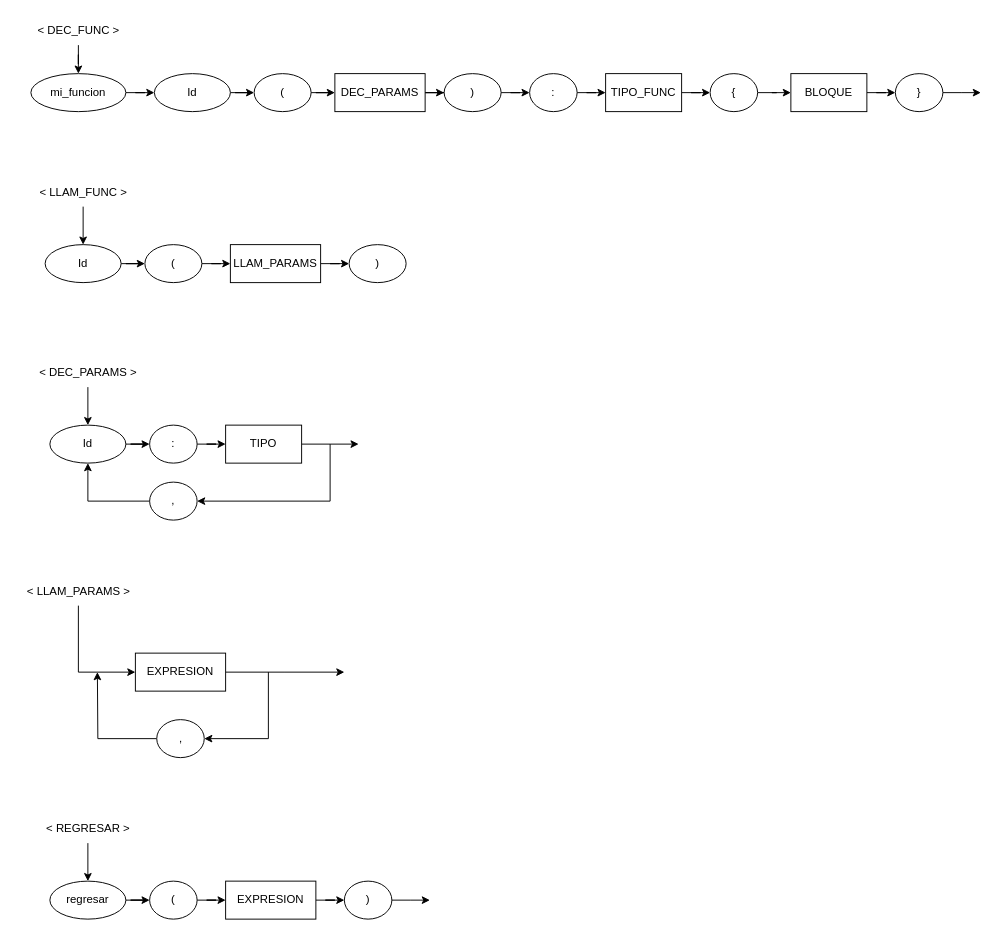
Above: page "FUNC" (4 of 11) of Docs/0. Diagramas.drawio in alexvasqxz/JuniorScript (draw.io), before the change. Source tidied: cells renumbered, new cells numbered last; positions are measured from the earlier drawing's top-left corner, leaving out a move shared by most shapes. Both pictures are drawn from the tidied source at 95%, with x=0, y=0 at pixel (16, 16).
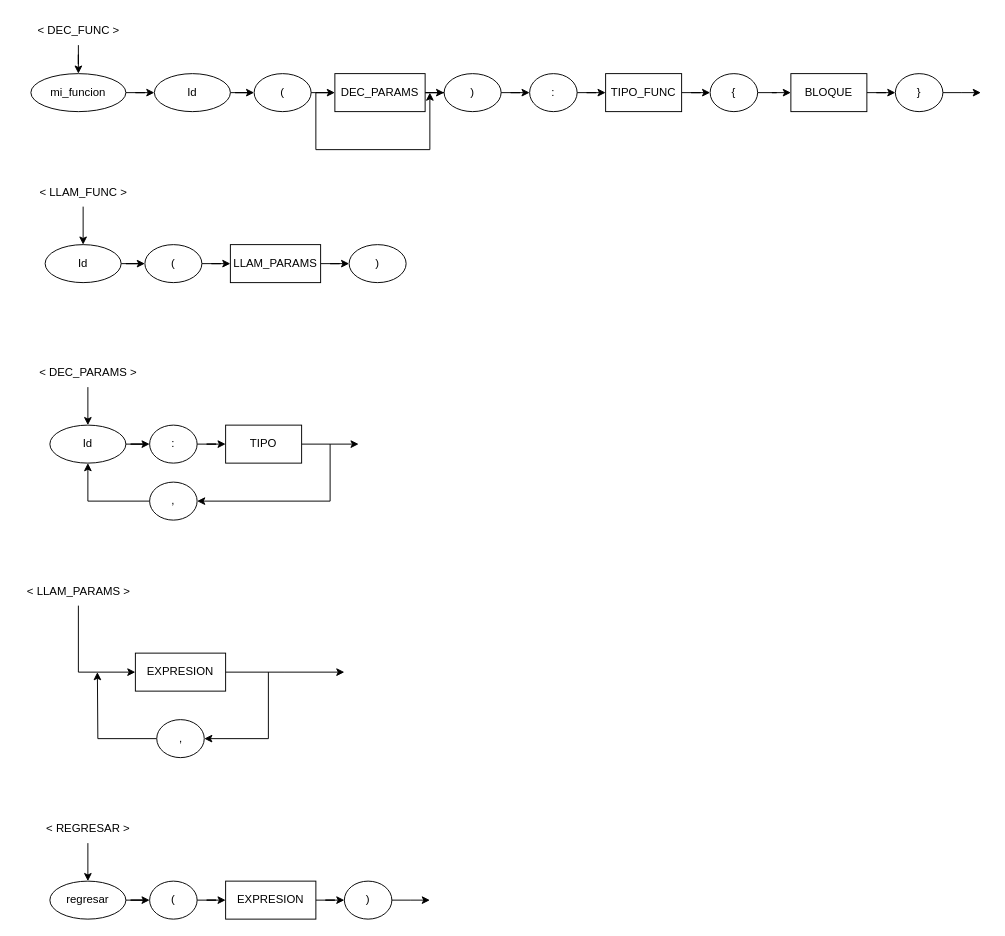
The same diagram, later.

Change to the diagram source:
```diff
@@
+    <mxCell id="61" style="endArrow=classic;html=1;rounded=0;" parent="1" edge="1">
+      <mxGeometry relative="1" as="geometry">
+        <mxPoint x="315" y="80" as="sourcePoint" />
+        <mxPoint x="435" y="80" as="targetPoint" />
+        <Array as="points">
+          <mxPoint x="315" y="140" />
+          <mxPoint x="435" y="140" />
+        </Array>
+      </mxGeometry>
+    </mxCell>
```
